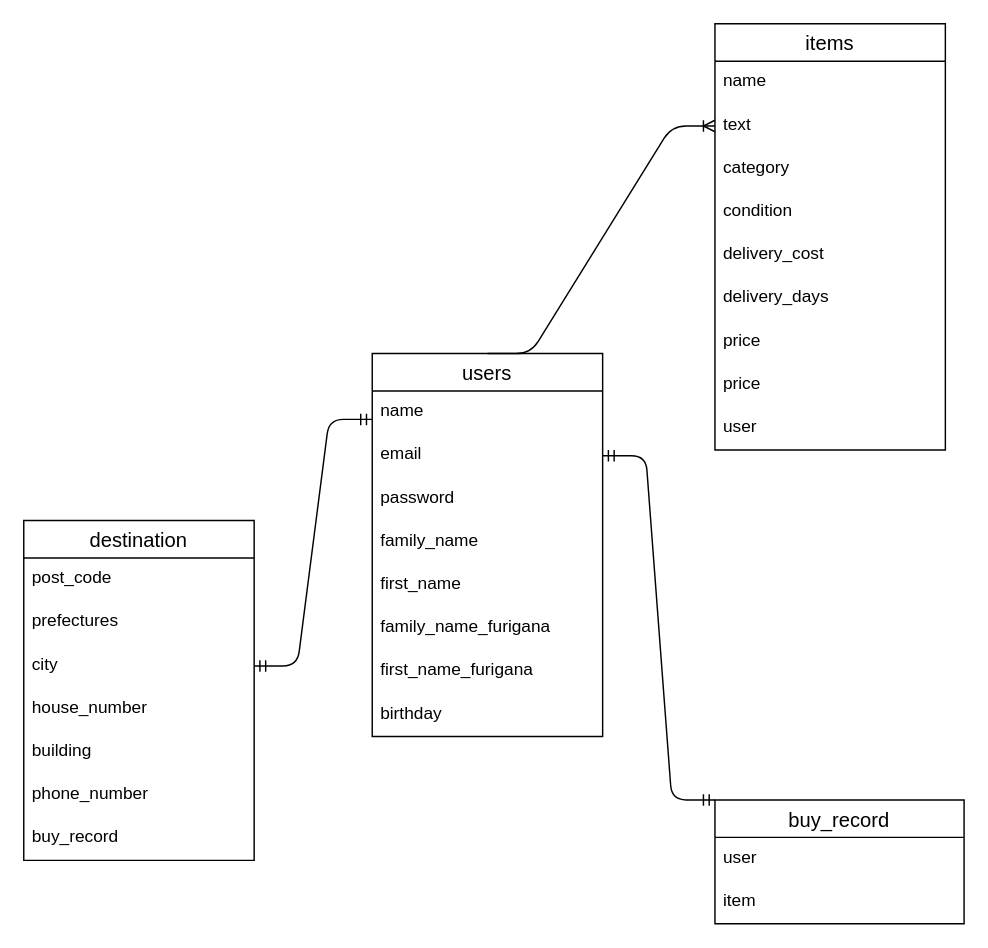
7yugatateno1/furima-32171 keeps this draw.io diagram as test.dio. Above is the earlier version. Source tidied: cells renumbered, new cells numbered last; positions are measured from the earlier drawing's top-left corner, leaving out a move shared by most shapes. Both pictures are drawn from the tidied source at 144%, with x=0, y=0 at pixel (23, 23).
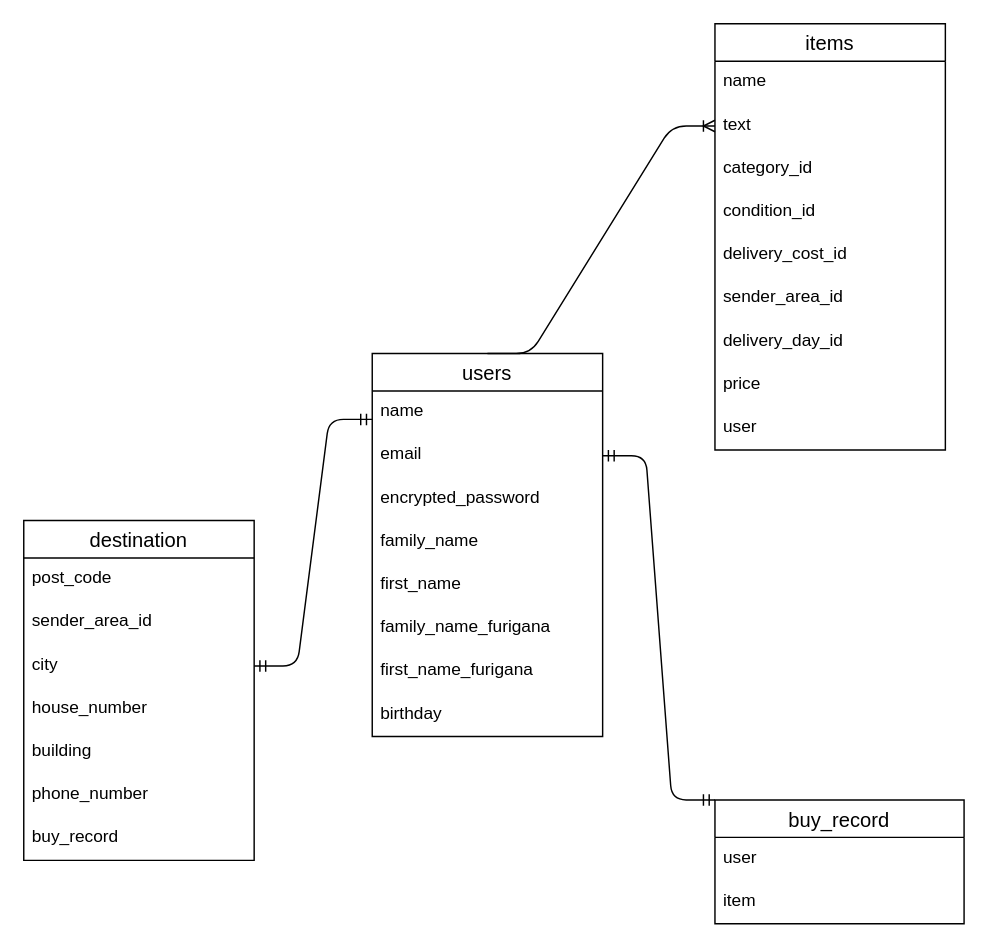
After the change.

Commit message (it also covers changes not shown here):
テーブル設計修正2

Unchanged cells that the change refers to:
```xml
<mxCell id="2" value="users" style="swimlane;fontStyle=0;horizontal=1;startSize=26;align=center;fontSize=14;" parent="1" vertex="1">
  <mxGeometry x="242" y="229" width="160" height="266" as="geometry" />
</mxCell>
<mxCell id="11" value="items" style="swimlane;fontStyle=0;horizontal=1;startSize=26;align=center;fontSize=14;" parent="1" vertex="1">
  <mxGeometry x="480" width="160" height="296" as="geometry" />
</mxCell>
<mxCell id="24" value="destination" style="swimlane;fontStyle=0;horizontal=1;startSize=26;align=center;fontSize=14;" parent="1" vertex="1">
  <mxGeometry y="345" width="160" height="236" as="geometry" />
</mxCell>
```

The edit, as a diff of the source:
```diff
@@
-    <mxCell id="5" value="password" style="text;strokeColor=none;fillColor=none;spacingLeft=4;spacingRight=4;overflow=hidden;fontSize=12;" parent="2" vertex="1">
+    <mxCell id="5" value="encrypted_password" style="text;strokeColor=none;fillColor=none;spacingLeft=4;spacingRight=4;overflow=hidden;fontSize=12;" parent="2" vertex="1">
       <mxGeometry y="86" width="160" height="30" as="geometry" />
     </mxCell>
@@
-    <mxCell id="14" value="category" style="text;strokeColor=none;fillColor=none;spacingLeft=4;spacingRight=4;overflow=hidden;fontSize=12;" parent="11" vertex="1">
+    <mxCell id="14" value="category_id" style="text;strokeColor=none;fillColor=none;spacingLeft=4;spacingRight=4;overflow=hidden;fontSize=12;" parent="11" vertex="1">
       <mxGeometry y="86" width="160" height="30" as="geometry" />
     </mxCell>
-    <mxCell id="15" value="condition" style="text;strokeColor=none;fillColor=none;spacingLeft=4;spacingRight=4;overflow=hidden;fontSize=12;" parent="11" vertex="1">
+    <mxCell id="15" value="condition_id" style="text;strokeColor=none;fillColor=none;spacingLeft=4;spacingRight=4;overflow=hidden;fontSize=12;" parent="11" vertex="1">
       <mxGeometry y="116" width="160" height="30" as="geometry" />
     </mxCell>
-    <mxCell id="16" value="delivery_cost&#10;&#10;" style="text;strokeColor=none;fillColor=none;spacingLeft=4;spacingRight=4;overflow=hidden;fontSize=12;" parent="11" vertex="1">
+    <mxCell id="16" value="delivery_cost_id" style="text;strokeColor=none;fillColor=none;spacingLeft=4;spacingRight=4;overflow=hidden;fontSize=12;" parent="11" vertex="1">
       <mxGeometry y="146" width="160" height="30" as="geometry" />
     </mxCell>
-    <mxCell id="17" value="delivery_days" style="text;strokeColor=none;fillColor=none;spacingLeft=4;spacingRight=4;overflow=hidden;fontSize=12;" parent="11" vertex="1">
+    <mxCell id="17" value="sender_area_id" style="text;strokeColor=none;fillColor=none;spacingLeft=4;spacingRight=4;overflow=hidden;fontSize=12;" parent="11" vertex="1">
       <mxGeometry y="176" width="160" height="30" as="geometry" />
     </mxCell>
-    <mxCell id="18" value="price" style="text;strokeColor=none;fillColor=none;spacingLeft=4;spacingRight=4;overflow=hidden;fontSize=12;" parent="11" vertex="1">
+    <mxCell id="18" value="delivery_day_id" style="text;strokeColor=none;fillColor=none;spacingLeft=4;spacingRight=4;overflow=hidden;fontSize=12;" parent="11" vertex="1">
       <mxGeometry y="206" width="160" height="30" as="geometry" />
     </mxCell>
@@
-    <mxCell id="26" value="prefectures" style="text;strokeColor=none;fillColor=none;spacingLeft=4;spacingRight=4;overflow=hidden;fontSize=12;" parent="24" vertex="1">
+    <mxCell id="26" value="sender_area_id" style="text;strokeColor=none;fillColor=none;spacingLeft=4;spacingRight=4;overflow=hidden;fontSize=12;" parent="24" vertex="1">
       <mxGeometry y="56" width="160" height="30" as="geometry" />
     </mxCell>
```
